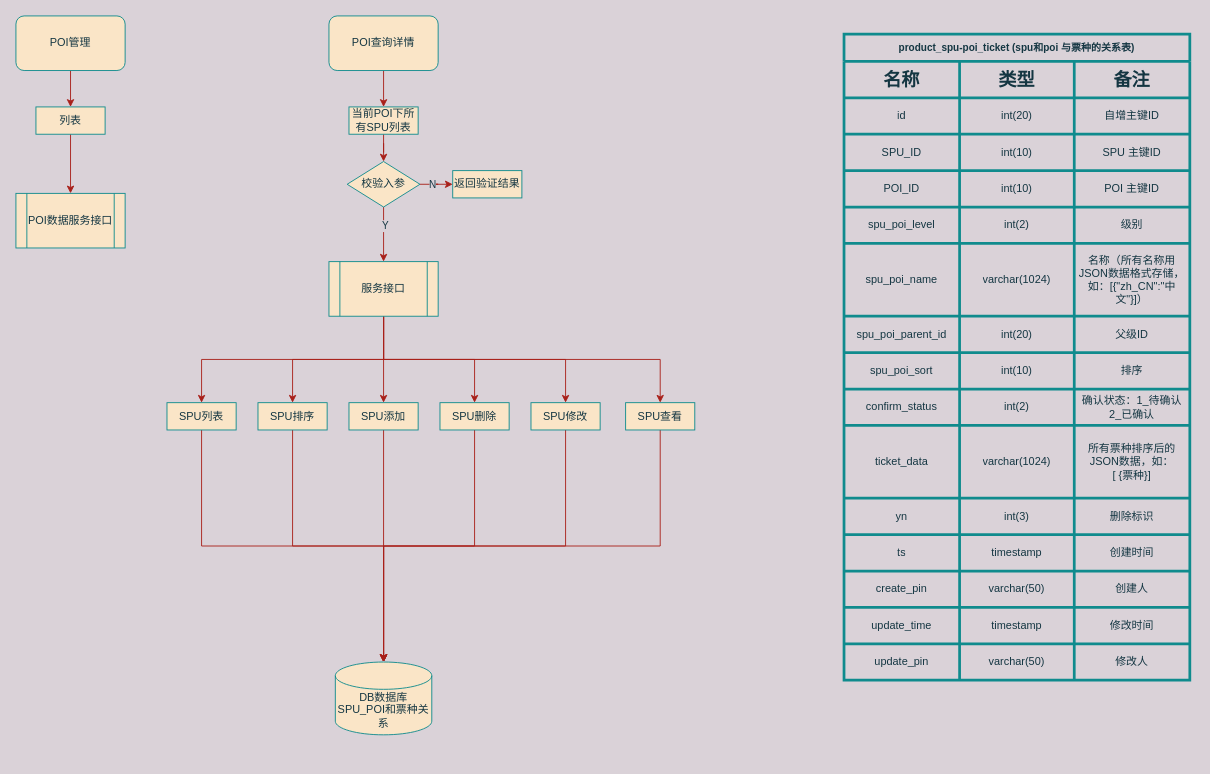
Before: page "POI管理" (2 of 2) of tour-product.drawio in liqiang0113/Project, a draw.io diagram. Source tidied: cells renumbered, new cells numbered last; positions are measured from the earlier drawing's top-left corner, leaving out a move shared by most shapes. Both pictures are drawn from the tidied source at 91%, with x=0, y=0 at pixel (15, 15).
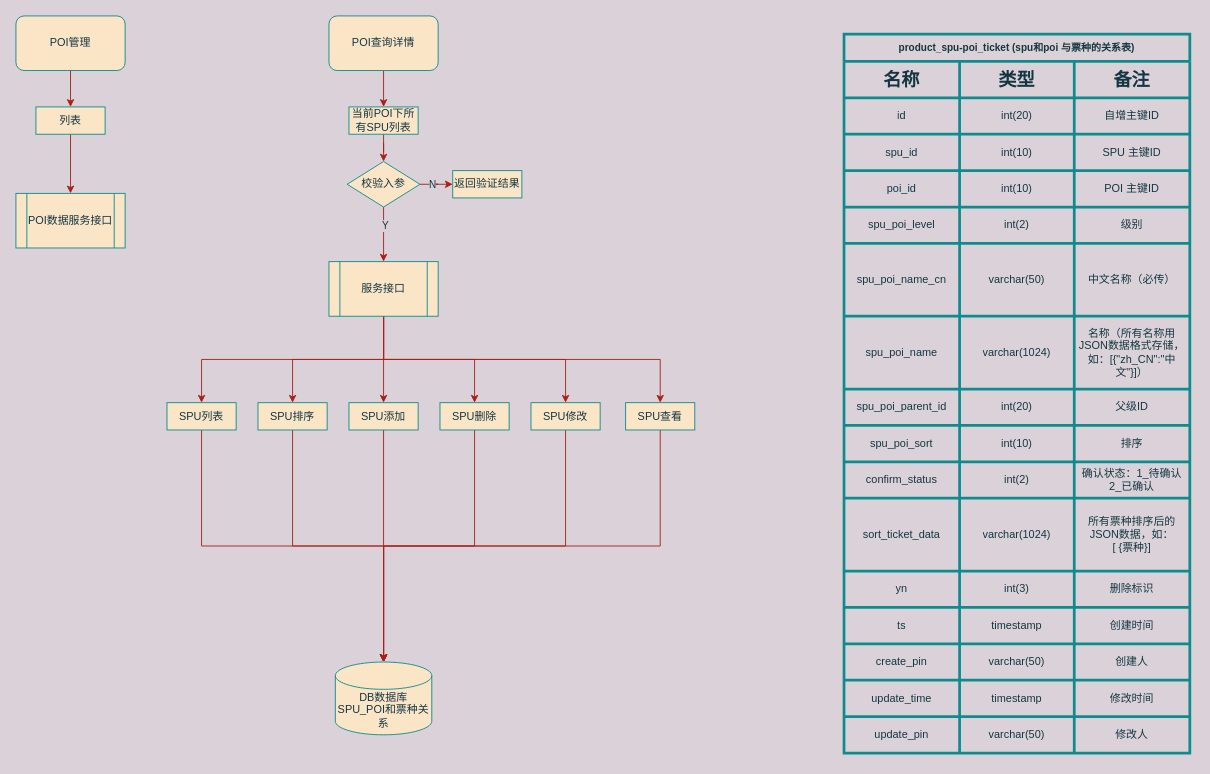
The same page after the edit.

The change refers to these unchanged cells:
```xml
<mxCell id="46" style="shape=tableRow;horizontal=0;startSize=0;swimlaneHead=0;swimlaneBody=0;top=0;left=0;bottom=0;right=0;fillColor=none;shadow=0;sketch=0;fontFamily=Helvetica;fontSize=11;strokeColor=#0F8B8D;strokeWidth=10;fontColor=#143642;" parent="37" vertex="1">
  <mxGeometry y="110" width="380" height="40" as="geometry" />
</mxCell>
<mxCell id="50" style="shape=tableRow;horizontal=0;startSize=0;swimlaneHead=0;swimlaneBody=0;top=0;left=0;bottom=0;right=0;fillColor=none;shadow=0;sketch=0;fontFamily=Helvetica;fontSize=11;strokeColor=#0F8B8D;strokeWidth=10;fontColor=#143642;" parent="37" vertex="1">
  <mxGeometry y="150" width="380" height="40" as="geometry" />
</mxCell>
```

Diff of the diagram source:
```diff
@@
     <mxCell id="37" value="product_spu-poi_ticket (spu和poi 与票种的关系表)" style="shape=table;startSize=30;childLayout=tableLayout;fontStyle=1;align=center;shadow=0;sketch=0;fontFamily=Helvetica;fontSize=11;strokeColor=#0F8B8D;strokeWidth=3;fillColor=none;fontColor=#143642;" parent="1" vertex="1">
-      <mxGeometry x="910" y="20" width="380" height="710" as="geometry" />
+      <mxGeometry x="910" y="20" width="380" height="790" as="geometry" />
     </mxCell>
@@
-    <mxCell id="47" value="SPU_ID" style="shape=partialRectangle;html=1;whiteSpace=wrap;fillColor=none;top=0;left=0;bottom=0;right=0;overflow=hidden;shadow=0;sketch=0;fontFamily=Helvetica;fontSize=12;strokeColor=#0F8B8D;strokeWidth=10;fontColor=#143642;" parent="46" vertex="1">
+    <mxCell id="47" value="spu_id" style="shape=partialRectangle;html=1;whiteSpace=wrap;fillColor=none;top=0;left=0;bottom=0;right=0;overflow=hidden;shadow=0;sketch=0;fontFamily=Helvetica;fontSize=12;strokeColor=#0F8B8D;strokeWidth=10;fontColor=#143642;" parent="46" vertex="1">
       <mxGeometry width="127" height="40" as="geometry" />
     </mxCell>
@@
-    <mxCell id="51" value="POI_ID" style="shape=partialRectangle;html=1;whiteSpace=wrap;fillColor=none;top=0;left=0;bottom=0;right=0;overflow=hidden;shadow=0;sketch=0;fontFamily=Helvetica;fontSize=12;strokeColor=#0F8B8D;strokeWidth=10;fontColor=#143642;" parent="50" vertex="1">
+    <mxCell id="51" value="poi_id" style="shape=partialRectangle;html=1;whiteSpace=wrap;fillColor=none;top=0;left=0;bottom=0;right=0;overflow=hidden;shadow=0;sketch=0;fontFamily=Helvetica;fontSize=12;strokeColor=#0F8B8D;strokeWidth=10;fontColor=#143642;" parent="50" vertex="1">
       <mxGeometry width="127" height="40" as="geometry" />
     </mxCell>
@@
+    <mxCell id="98" style="shape=tableRow;horizontal=0;startSize=0;swimlaneHead=0;swimlaneBody=0;top=0;left=0;bottom=0;right=0;fillColor=none;shadow=0;sketch=0;fontFamily=Helvetica;fontSize=11;strokeColor=#0F8B8D;strokeWidth=10;fontColor=#143642;" parent="37" vertex="1">
+      <mxGeometry y="230" width="380" height="80" as="geometry" />
+    </mxCell>
+    <mxCell id="99" value="spu_poi_name_cn" style="shape=partialRectangle;html=1;whiteSpace=wrap;fillColor=none;top=0;left=0;bottom=0;right=0;overflow=hidden;shadow=0;sketch=0;fontFamily=Helvetica;fontSize=12;strokeColor=#0F8B8D;strokeWidth=10;fontColor=#143642;" parent="98" vertex="1">
+      <mxGeometry width="127" height="80" as="geometry" />
+    </mxCell>
+    <mxCell id="100" value="varchar(50)" style="shape=partialRectangle;html=1;whiteSpace=wrap;fillColor=none;top=0;left=0;bottom=0;right=0;overflow=hidden;shadow=0;sketch=0;fontFamily=Helvetica;fontSize=12;strokeColor=#0F8B8D;strokeWidth=10;fontColor=#143642;" parent="98" vertex="1">
+      <mxGeometry x="127" width="126" height="80" as="geometry" />
+    </mxCell>
+    <mxCell id="101" value="中文名称（必传）" style="shape=partialRectangle;html=1;whiteSpace=wrap;fillColor=none;top=0;left=0;bottom=0;right=0;overflow=hidden;shadow=0;sketch=0;fontFamily=Helvetica;fontSize=12;strokeColor=#0F8B8D;strokeWidth=10;fontColor=#143642;" parent="98" vertex="1">
+      <mxGeometry x="253" width="127" height="80" as="geometry" />
+    </mxCell>
     <mxCell id="58" style="shape=tableRow;horizontal=0;startSize=0;swimlaneHead=0;swimlaneBody=0;top=0;left=0;bottom=0;right=0;fillColor=none;shadow=0;sketch=0;fontFamily=Helvetica;fontSize=11;strokeColor=#0F8B8D;strokeWidth=10;fontColor=#143642;" parent="37" vertex="1">
-      <mxGeometry y="230" width="380" height="80" as="geometry" />
+      <mxGeometry y="310" width="380" height="80" as="geometry" />
     </mxCell>
@@
     <mxCell id="62" style="shape=tableRow;horizontal=0;startSize=0;swimlaneHead=0;swimlaneBody=0;top=0;left=0;bottom=0;right=0;fillColor=none;shadow=0;sketch=0;fontFamily=Helvetica;fontSize=11;strokeColor=#0F8B8D;strokeWidth=10;fontColor=#143642;" parent="37" vertex="1">
-      <mxGeometry y="310" width="380" height="40" as="geometry" />
+      <mxGeometry y="390" width="380" height="40" as="geometry" />
     </mxCell>
@@
     <mxCell id="66" style="shape=tableRow;horizontal=0;startSize=0;swimlaneHead=0;swimlaneBody=0;top=0;left=0;bottom=0;right=0;fillColor=none;shadow=0;sketch=0;fontFamily=Helvetica;fontSize=11;strokeColor=#0F8B8D;strokeWidth=10;fontColor=#143642;" parent="37" vertex="1">
-      <mxGeometry y="350" width="380" height="40" as="geometry" />
+      <mxGeometry y="430" width="380" height="40" as="geometry" />
     </mxCell>
@@
     <mxCell id="70" style="shape=tableRow;horizontal=0;startSize=0;swimlaneHead=0;swimlaneBody=0;top=0;left=0;bottom=0;right=0;fillColor=none;shadow=0;sketch=0;fontFamily=Helvetica;fontSize=11;strokeColor=#0F8B8D;strokeWidth=10;fontColor=#143642;" parent="37" vertex="1">
-      <mxGeometry y="390" width="380" height="40" as="geometry" />
+      <mxGeometry y="470" width="380" height="40" as="geometry" />
     </mxCell>
@@
     <mxCell id="74" style="shape=tableRow;horizontal=0;startSize=0;swimlaneHead=0;swimlaneBody=0;top=0;left=0;bottom=0;right=0;fillColor=none;shadow=0;sketch=0;fontFamily=Helvetica;fontSize=11;strokeColor=#0F8B8D;strokeWidth=10;fontColor=#143642;" parent="37" vertex="1">
-      <mxGeometry y="430" width="380" height="80" as="geometry" />
+      <mxGeometry y="510" width="380" height="80" as="geometry" />
     </mxCell>
-    <mxCell id="75" value="ticket_data" style="shape=partialRectangle;html=1;whiteSpace=wrap;fillColor=none;top=0;left=0;bottom=0;right=0;overflow=hidden;shadow=0;sketch=0;fontFamily=Helvetica;fontSize=12;strokeColor=#0F8B8D;strokeWidth=10;fontColor=#143642;" parent="74" vertex="1">
+    <mxCell id="75" value="sort_ticket_data" style="shape=partialRectangle;html=1;whiteSpace=wrap;fillColor=none;top=0;left=0;bottom=0;right=0;overflow=hidden;shadow=0;sketch=0;fontFamily=Helvetica;fontSize=12;strokeColor=#0F8B8D;strokeWidth=10;fontColor=#143642;" parent="74" vertex="1">
       <mxGeometry width="127" height="80" as="geometry" />
     </mxCell>
@@
     <mxCell id="78" style="shape=tableRow;horizontal=0;startSize=0;swimlaneHead=0;swimlaneBody=0;top=0;left=0;bottom=0;right=0;fillColor=none;shadow=0;sketch=0;fontFamily=Helvetica;fontSize=11;strokeColor=#0F8B8D;strokeWidth=10;fontColor=#143642;" parent="37" vertex="1">
-      <mxGeometry y="510" width="380" height="40" as="geometry" />
+      <mxGeometry y="590" width="380" height="40" as="geometry" />
     </mxCell>
@@
     <mxCell id="82" style="shape=tableRow;horizontal=0;startSize=0;swimlaneHead=0;swimlaneBody=0;top=0;left=0;bottom=0;right=0;fillColor=none;shadow=0;sketch=0;fontFamily=Helvetica;fontSize=11;strokeColor=#0F8B8D;strokeWidth=10;fontColor=#143642;" parent="37" vertex="1">
-      <mxGeometry y="550" width="380" height="40" as="geometry" />
+      <mxGeometry y="630" width="380" height="40" as="geometry" />
     </mxCell>
@@
     <mxCell id="86" style="shape=tableRow;horizontal=0;startSize=0;swimlaneHead=0;swimlaneBody=0;top=0;left=0;bottom=0;right=0;fillColor=none;shadow=0;sketch=0;fontFamily=Helvetica;fontSize=11;strokeColor=#0F8B8D;strokeWidth=10;fontColor=#143642;" parent="37" vertex="1">
-      <mxGeometry y="590" width="380" height="40" as="geometry" />
+      <mxGeometry y="670" width="380" height="40" as="geometry" />
     </mxCell>
@@
     <mxCell id="90" style="shape=tableRow;horizontal=0;startSize=0;swimlaneHead=0;swimlaneBody=0;top=0;left=0;bottom=0;right=0;fillColor=none;shadow=0;sketch=0;fontFamily=Helvetica;fontSize=11;strokeColor=#0F8B8D;strokeWidth=10;fontColor=#143642;" parent="37" vertex="1">
-      <mxGeometry y="630" width="380" height="40" as="geometry" />
+      <mxGeometry y="710" width="380" height="40" as="geometry" />
     </mxCell>
@@
     <mxCell id="94" style="shape=tableRow;horizontal=0;startSize=0;swimlaneHead=0;swimlaneBody=0;top=0;left=0;bottom=0;right=0;fillColor=none;shadow=0;sketch=0;fontFamily=Helvetica;fontSize=11;strokeColor=#0F8B8D;strokeWidth=10;fontColor=#143642;" parent="37" vertex="1">
-      <mxGeometry y="670" width="380" height="40" as="geometry" />
+      <mxGeometry y="750" width="380" height="40" as="geometry" />
     </mxCell>
```
